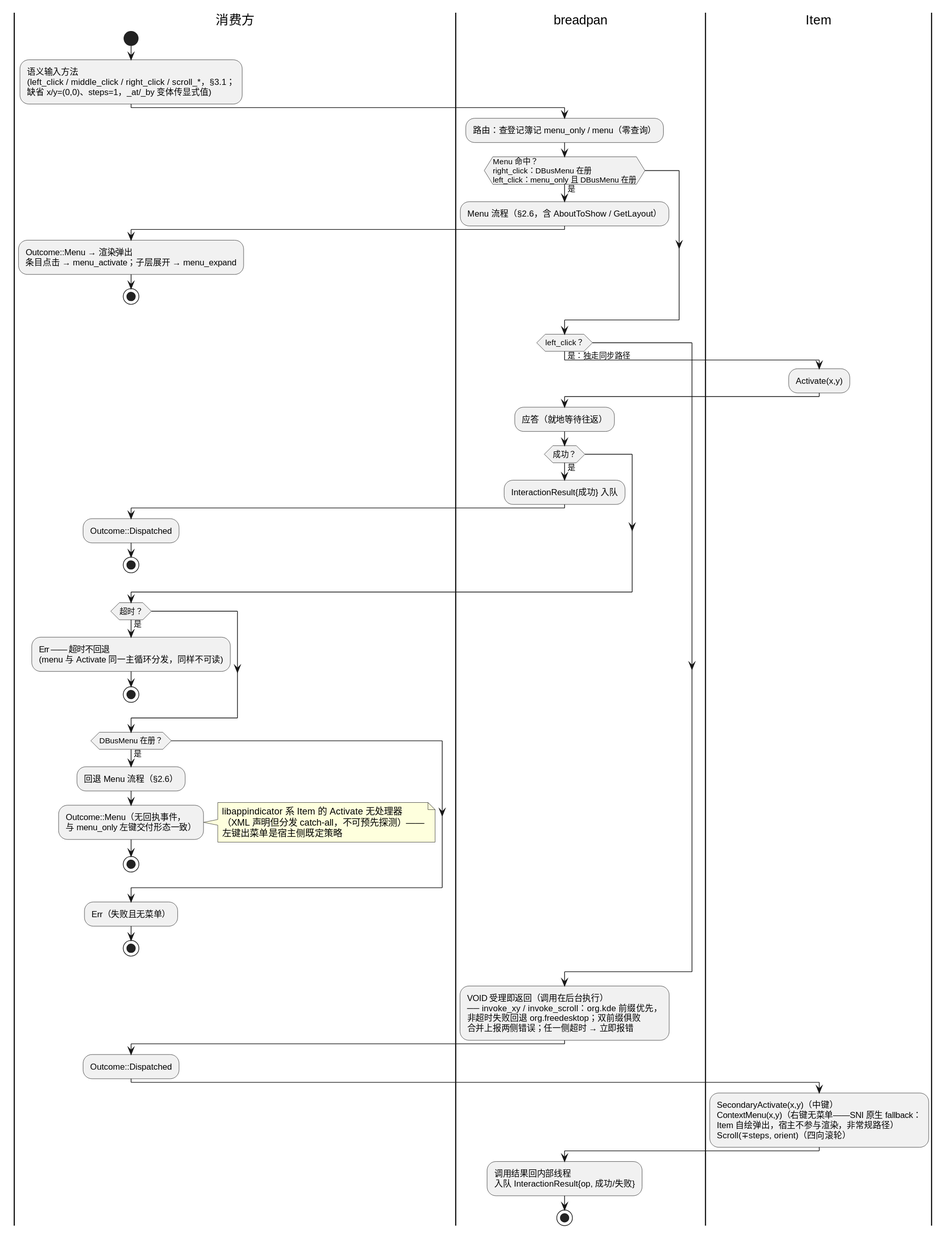
This is diagram/breadpan-input-routing.svg from 54m43lJ/BreadKnife, a PlantUML export, as it was before one commit.
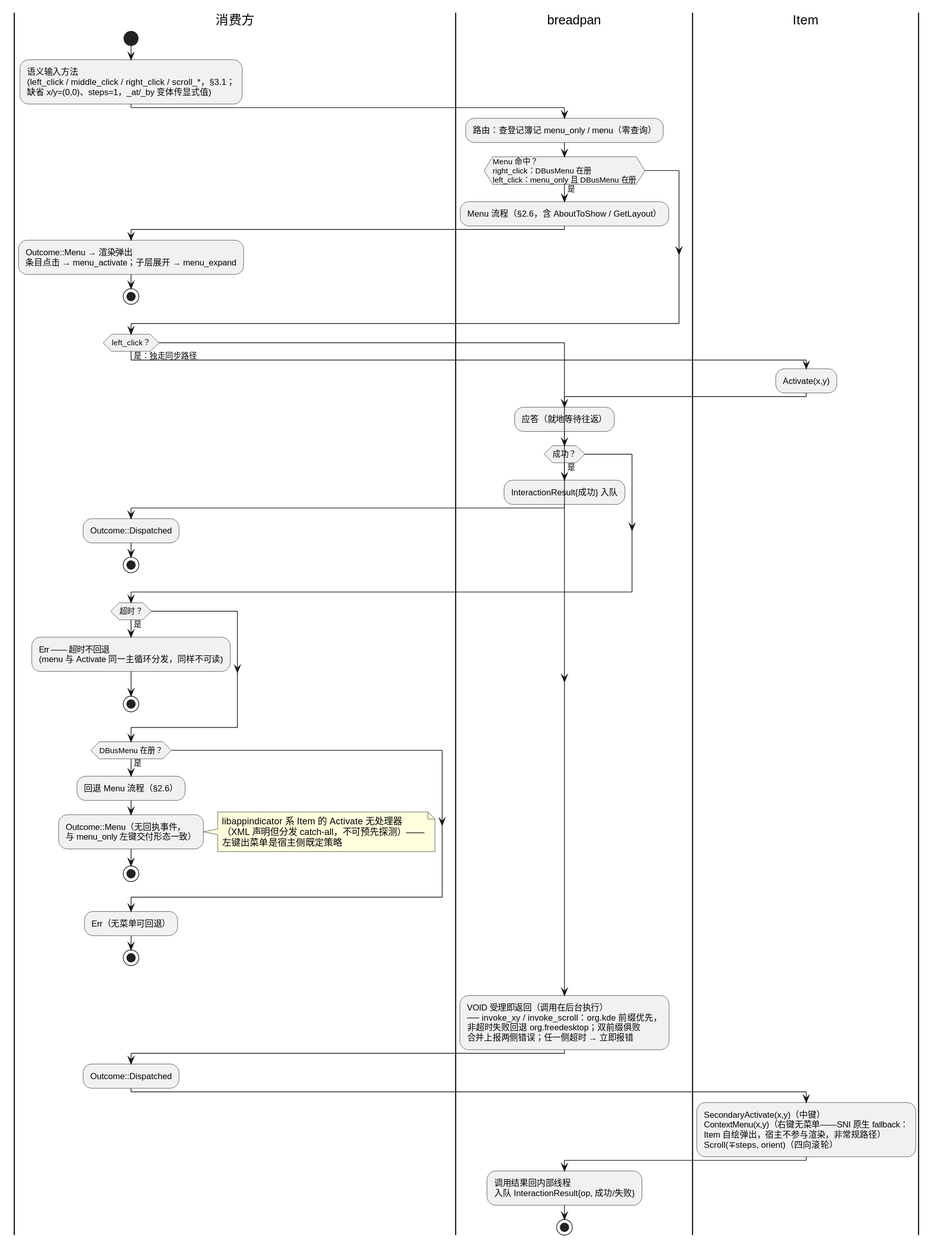
The same file after the commit.

Commit message:
style: 图容器回归 pre 形态；活动图卫语句纵向布局

Change to the diagram source:
```diff
@@ -6,15 +6,13 @@
 缺省 x/y=(0,0)、steps=1，_at/_by 变体传显式值);
 |breadpan|
 :路由：查登记簿记 menu_only / menu（零查询）;
-if (Menu 命中？\nright_click：DBusMenu 在册
-left_click：menu_only 且 DBusMenu 在册) then (是)
+if (Menu 命中？\nright_click：DBusMenu 在册\nleft_click：menu_only 且 DBusMenu 在册) then (是)
   :Menu 流程（§2.6，含 AboutToShow / GetLayout）;
   |消费方|
   :Outcome::Menu → 渲染弹出
   条目点击 → menu_activate；子层展开 → menu_expand;
   stop
 endif
-|breadpan|
 if (left_click？) then (是：独走同步路径)
   |Item|
   :Activate(x,y);
@@ -45,7 +43,7 @@
     stop
   endif
   |消费方|
-  :Err（失败且无菜单）;
+  :Err（无菜单可回退）;
   stop
 endif
 |breadpan|
```
